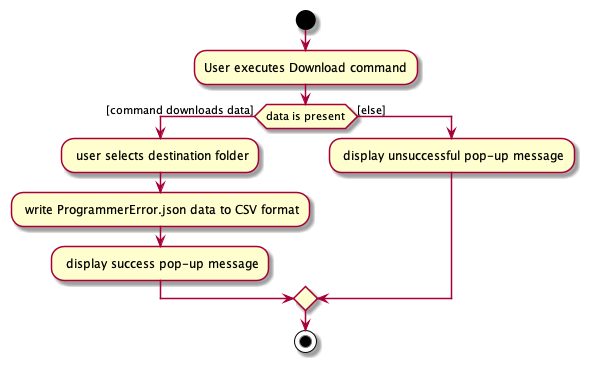
Earlier version of the PlantUML export docs/images/commands/DownloadCommand/DownloadActivityDiagram.png (nus-cs2103-AY2122S1/tp).
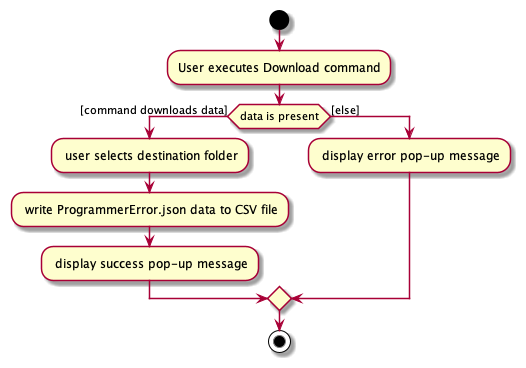
After the change.

Commit message:
Update uml diagrams

Diff of the diagram source:
```diff
@@ -5,10 +5,10 @@
 
 if (data is present) then ([command downloads data])
     : user selects destination folder;
-    : write ProgrammerError.json data to CSV format;
+    : write ProgrammerError.json data to CSV file;
     : display success pop-up message;
 else ([else])
-    : display unsuccessful pop-up message;
+    : display error pop-up message;
 endif
 stop
 @enduml
```
